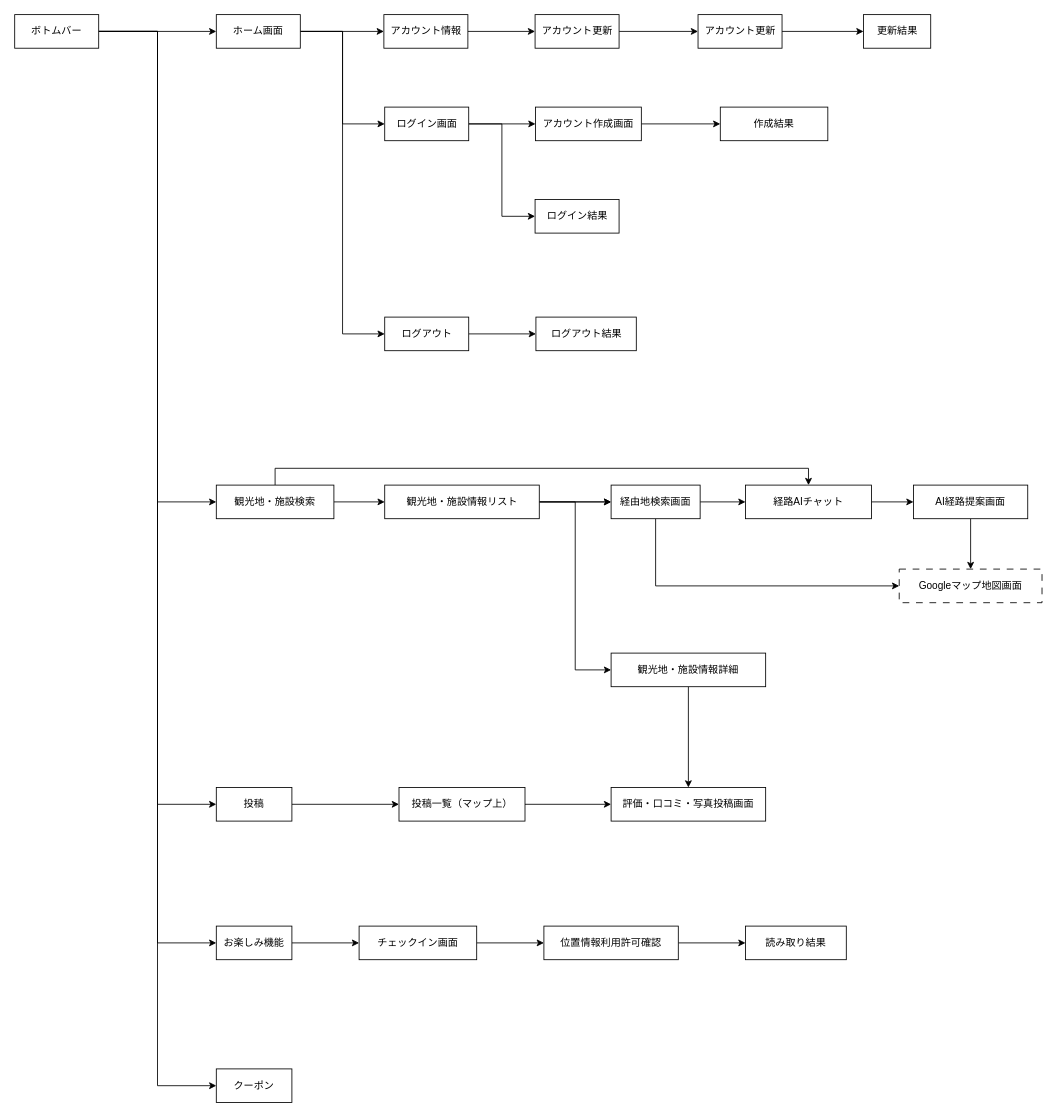
The draw.io diagram docs/figure/gaibu-screen_transition_common.drawio in r02092/se2025, before the edit. Source tidied: cells renumbered, new cells numbered last; positions are measured from the earlier drawing's top-left corner, leaving out a move shared by most shapes. Both pictures are drawn from the tidied source at 84%, with x=0, y=0 at pixel (14, 14).
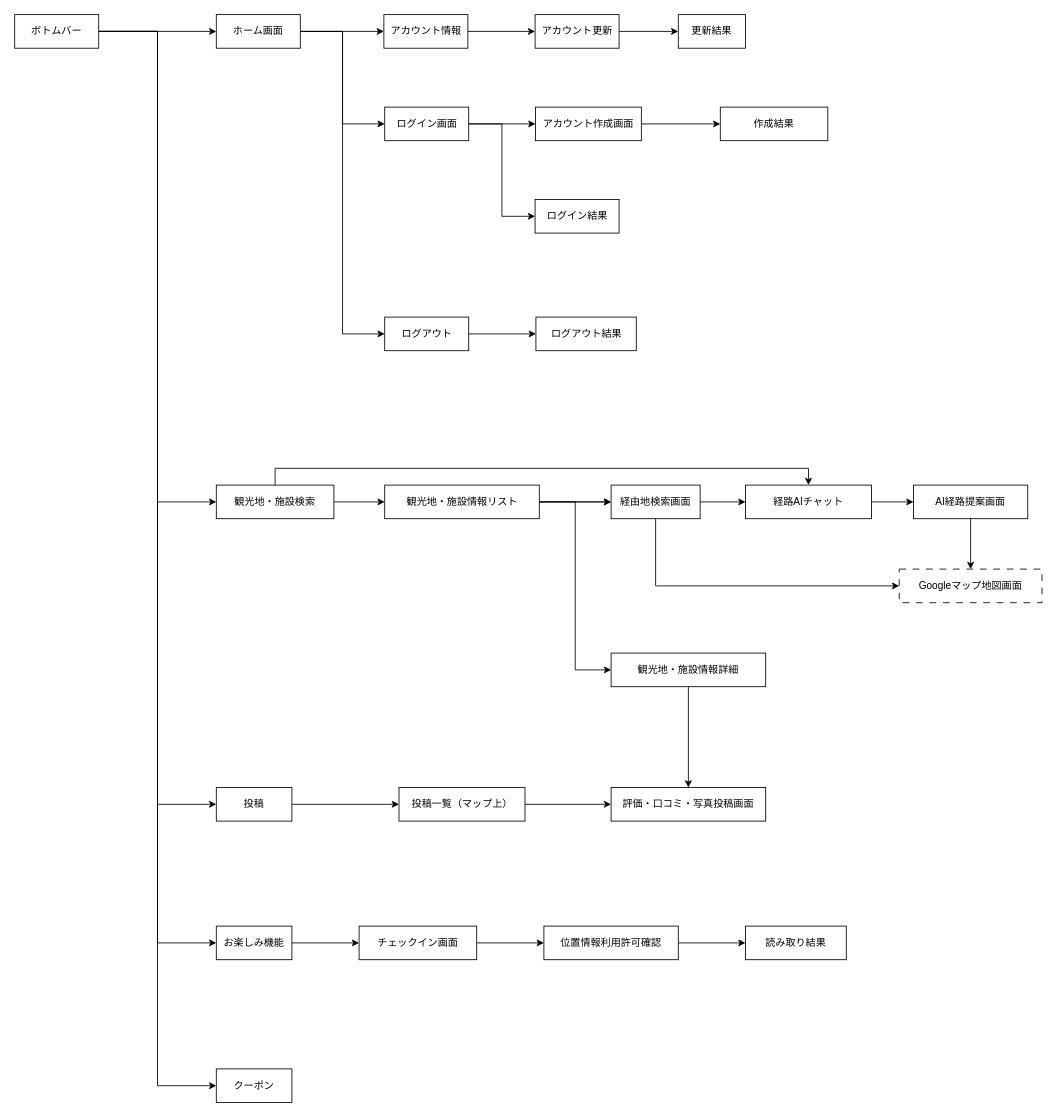
Above is the later version.

Commit message:
アカウント更新が重複していたのを削除

Unchanged cells that the change refers to:
```xml
<mxCell id="46" value="アカウント更新" style="rounded=0;whiteSpace=wrap;html=1;" parent="1" vertex="1">
  <mxGeometry x="619.5" y="-0.1" width="100" height="40" as="geometry" />
</mxCell>
```

Diff of the diagram source:
```diff
@@
-    <mxCell id="45" style="edgeStyle=orthogonalEdgeStyle;rounded=0;jettySize=auto;html=1;" parent="1" edge="1" source="46" target="48">
-      <mxGeometry relative="1" as="geometry" />
-    </mxCell>
+    <mxCell id="59" style="edgeStyle=none;html=1;" parent="1" edge="1" source="46" target="49">
+      <mxGeometry relative="1" as="geometry" />
+    </mxCell>
@@
-    <mxCell id="47" style="edgeStyle=orthogonalEdgeStyle;rounded=0;jettySize=auto;html=1;" parent="1" edge="1" source="48" target="49">
-      <mxGeometry relative="1" as="geometry" />
-    </mxCell>
-    <mxCell id="48" value="アカウント更新" style="rounded=0;whiteSpace=wrap;html=1;" parent="1" vertex="1">
-      <mxGeometry x="813.5" y="-0.1" width="100" height="40" as="geometry" />
-    </mxCell>
     <mxCell id="49" value="更新結果" style="rounded=0;whiteSpace=wrap;html=1;" parent="1" vertex="1">
-      <mxGeometry x="1010.5" y="-0.1" width="80" height="40" as="geometry" />
+      <mxGeometry x="790" y="-0.1" width="80" height="40" as="geometry" />
     </mxCell>
```
